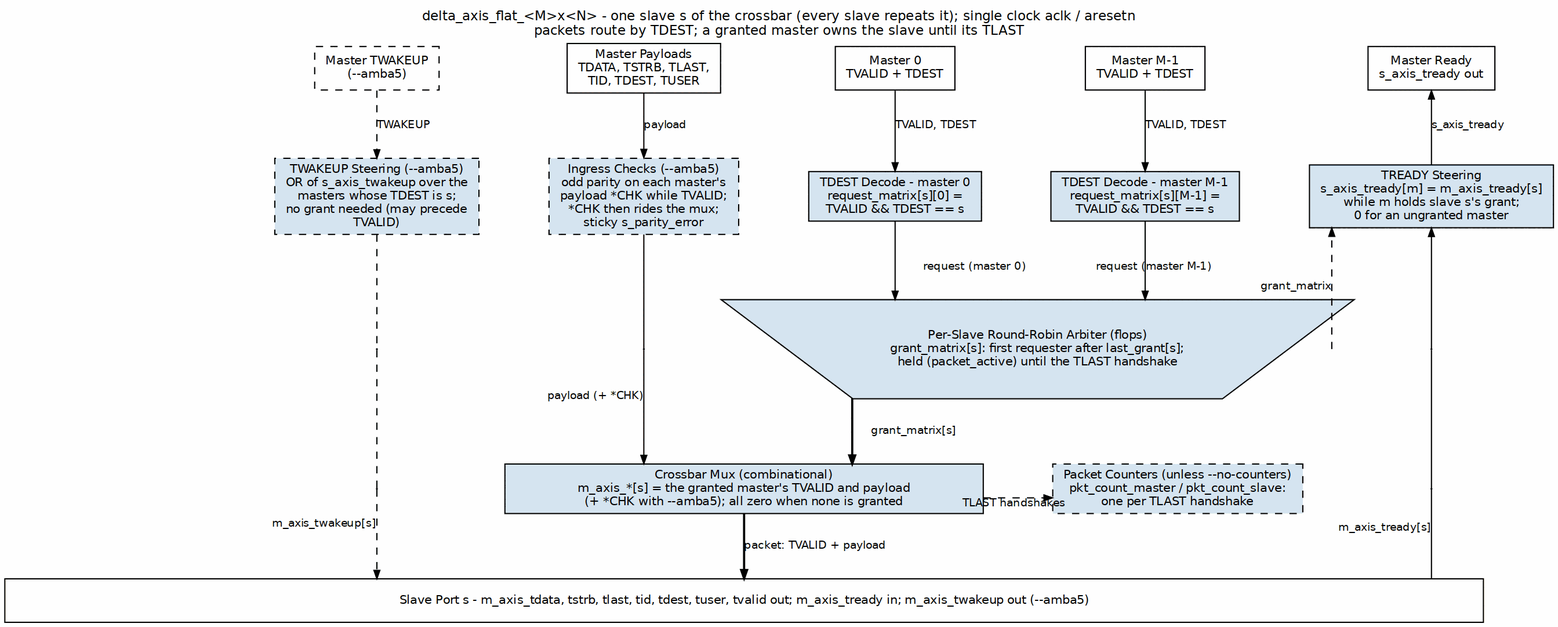
The Graphviz diagram projects/components/fabric-gen-ip/delta/docs/delta_has/assets/graphviz/delta_has_block_diagram.png in sean-galloway/RTLDesignSherpa, before a commit. Its source is kept beside it as projects/components/fabric-gen-ip/delta/docs/delta_has/assets/graphviz/delta_has_block_diagram.dot.
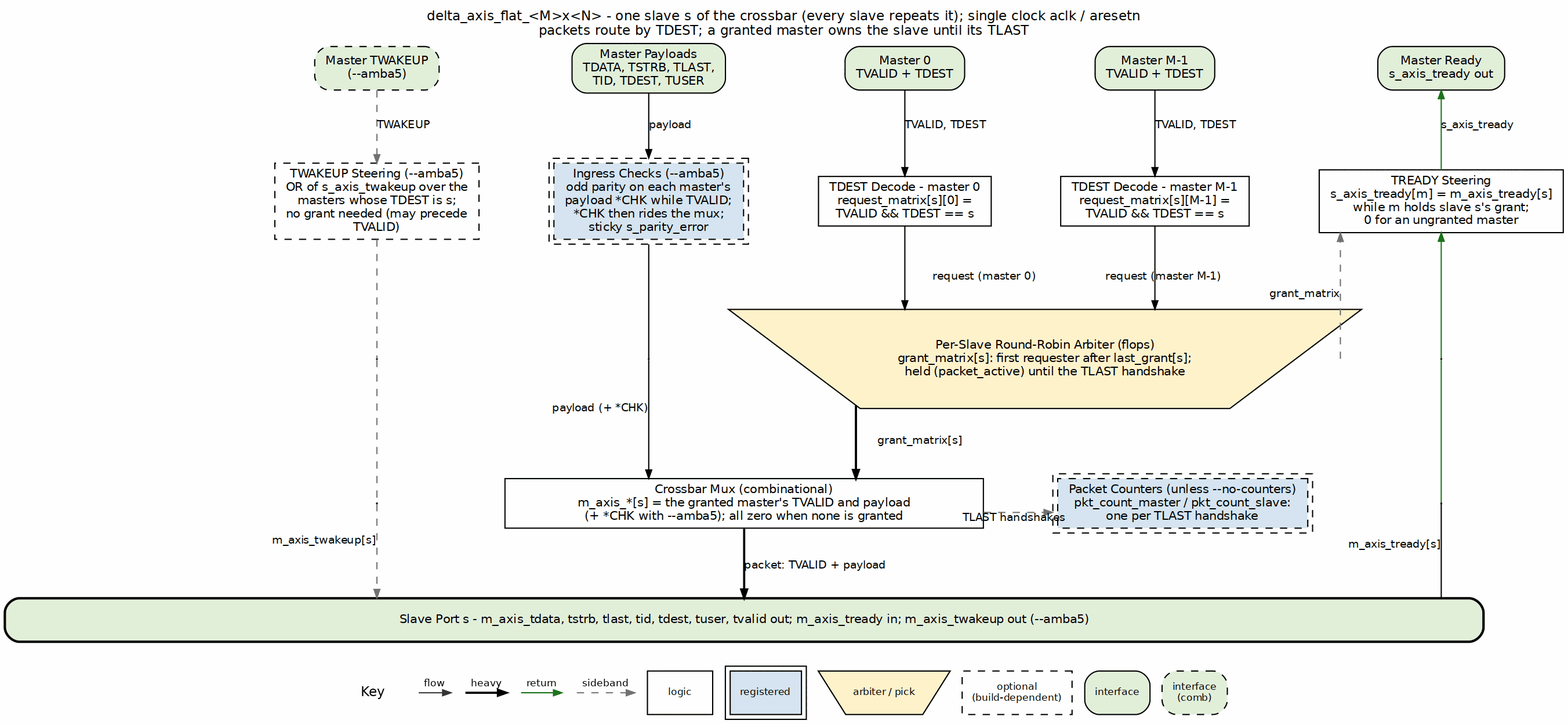
Above is the later version.

The edit, as a diff of the source:
```diff
@@ -3,48 +3,48 @@
            nodesep="0.40", ranksep="0.60", splines=ortho, labelloc=t,
            label="delta_axis_flat_<M>x<N> - one slave s of the crossbar (every slave repeats it); single clock aclk / aresetn\npackets route by TDEST; a granted master owns the slave until its TLAST"];
     node  [fontname="Helvetica", fontsize=10, shape=box, style=filled,
-           fillcolor="#D6E4F0", color="black", margin="0.12,0.06"];
+           fillcolor="white", color="black", margin="0.12,0.06"];
     edge  [fontname="Helvetica", fontsize=9, color="black", arrowsize=0.7];
 
-    pwk [label="Master TWAKEUP\n(--amba5)", fillcolor="white", style="filled,dashed", group=W];
-    pp  [group=P, label="Master Payloads\nTDATA, TSTRB, TLAST,\nTID, TDEST, TUSER", fillcolor="white"];
-    p0  [label="Master 0\nTVALID + TDEST", fillcolor="white"];
-    pn  [label="Master M-1\nTVALID + TDEST", fillcolor="white"];
-    pr  [group=R, label="Master Ready\ns_axis_tready out", fillcolor="white"];
+    pwk [label="Master TWAKEUP\n(--amba5)", fillcolor="white", style="filled,dashed", group=W, style="rounded,filled,dashed", fillcolor="#E2EFDA"];
+    pp  [group=P, label="Master Payloads\nTDATA, TSTRB, TLAST,\nTID, TDEST, TUSER", fillcolor="white", style="rounded,filled", fillcolor="#E2EFDA"];
+    p0  [label="Master 0\nTVALID + TDEST", fillcolor="white", style="rounded,filled", fillcolor="#E2EFDA"];
+    pn  [label="Master M-1\nTVALID + TDEST", fillcolor="white", style="rounded,filled", fillcolor="#E2EFDA"];
+    pr  [group=R, label="Master Ready\ns_axis_tready out", fillcolor="white", style="rounded,filled", fillcolor="#E2EFDA"];
     { rank=same; pwk; pp; p0; pn; pr; }
     pwk -> pp -> p0 -> pn -> pr [style=invis];
 
-    wk  [group=W, label="TWAKEUP Steering (--amba5)\nOR of s_axis_twakeup over the\nmasters whose TDEST is s;\nno grant needed (may precede\nTVALID)", style="filled,dashed"];
-    chk [group=P, label="Ingress Checks (--amba5)\nodd parity on each master's\npayload *CHK while TVALID;\n*CHK then rides the mux;\nsticky s_parity_error", style="filled,dashed"];
-    d0  [label="TDEST Decode - master 0\nrequest_matrix[s][0] =\nTVALID && TDEST == s"];
-    dn  [label="TDEST Decode - master M-1\nrequest_matrix[s][M-1] =\nTVALID && TDEST == s"];
-    rdy [group=R, label="TREADY Steering\ns_axis_tready[m] = m_axis_tready[s]\nwhile m holds slave s's grant;\n0 for an ungranted master"];
+    wk  [group=W, label="TWAKEUP Steering (--amba5)\nOR of s_axis_twakeup over the\nmasters whose TDEST is s;\nno grant needed (may precede\nTVALID)", style="filled,dashed", style="filled,dashed", fillcolor="white"];
+    chk [group=P, label="Ingress Checks (--amba5)\nodd parity on each master's\npayload *CHK while TVALID;\n*CHK then rides the mux;\nsticky s_parity_error", style="filled,dashed", peripheries=2, style="filled,dashed", fillcolor="#D6E4F0"];
+    d0  [label="TDEST Decode - master 0\nrequest_matrix[s][0] =\nTVALID && TDEST == s", style="filled", fillcolor="white"];
+    dn  [label="TDEST Decode - master M-1\nrequest_matrix[s][M-1] =\nTVALID && TDEST == s", style="filled", fillcolor="white"];
+    rdy [group=R, label="TREADY Steering\ns_axis_tready[m] = m_axis_tready[s]\nwhile m holds slave s's grant;\n0 for an ungranted master", style="filled", fillcolor="white"];
     { rank=same; wk; chk; d0; dn; rdy; }
     wk -> chk -> d0 -> dn -> rdy [style=invis];
 
     pwk2 [shape=point, width=0.01, label="", group=W];
     pp2  [shape=point, width=0.01, label="", group=P];
     arb [label="Per-Slave Round-Robin Arbiter (flops)\ngrant_matrix[s]: first requester after last_grant[s];\nheld (packet_active) until the TLAST handshake",
-         shape=invtrapezium, width=6.2, height=0.7];
+         shape=invtrapezium, width=6.2, height=0.7, style="filled", fillcolor="#FFF2CC"];
     pr2  [shape=point, width=0.01, label="", group=R];
     { rank=same; pwk2; pp2; arb; pr2; }
     pwk2 -> pp2 -> arb -> pr2 [style=invis];
 
     pwk3 [shape=point, width=0.01, label="", group=W];
-    mux [label="Crossbar Mux (combinational)\nm_axis_*[s] = the granted master's TVALID and payload\n(+ *CHK with --amba5); all zero when none is granted", width=5.5];
+    mux [label="Crossbar Mux (combinational)\nm_axis_*[s] = the granted master's TVALID and payload\n(+ *CHK with --amba5); all zero when none is granted", width=5.5, style="filled", fillcolor="white"];
     pr3  [shape=point, width=0.01, label="", group=R];
     { rank=same; pwk3; mux; cnt; pr3; }
     pwk3 -> mux -> cnt -> pr3 [style=invis];
 
-    cnt [label="Packet Counters (unless --no-counters)\npkt_count_master / pkt_count_slave:\none per TLAST handshake", style="filled,dashed"];
+    cnt [label="Packet Counters (unless --no-counters)\npkt_count_master / pkt_count_slave:\none per TLAST handshake", style="filled,dashed", peripheries=2, style="filled,dashed", fillcolor="#D6E4F0"];
 
     bar [label="Slave Port s - m_axis_tdata, tstrb, tlast, tid, tdest, tuser, tvalid out; m_axis_tready in; m_axis_twakeup out (--amba5)",
-         fillcolor="white", width=17];
+         fillcolor="white", width=17, style="rounded,filled,bold", fillcolor="#E2EFDA"];
 
-    pwk -> wk [label="TWAKEUP", style=dashed];
-    wk -> pwk2 [dir=none, style=dashed];
-    pwk2 -> pwk3 [dir=none, style=dashed];
-    pwk3 -> bar [xlabel="m_axis_twakeup[s]", style=dashed];
+    pwk -> wk [label="TWAKEUP", style=dashed, color="#777777"];
+    wk -> pwk2 [dir=none, style=dashed, color="#777777"];
+    pwk2 -> pwk3 [dir=none, style=dashed, color="#777777"];
+    pwk3 -> bar [xlabel="m_axis_twakeup[s]", style=dashed, color="#777777"];
 
     pp -> chk [label="payload"];
     chk -> pp2 [dir=none];
@@ -56,11 +56,11 @@
     dn -> arb [label="request (master M-1)"];
     arb -> mux [label="grant_matrix[s]", penwidth=1.8];
     mux -> bar [label="packet: TVALID + payload", penwidth=1.8];
-    mux -> cnt [style=dashed, xlabel="TLAST handshakes"];
+    mux -> cnt [style=dashed, color="#777777", xlabel="TLAST handshakes"];
 
-    pr -> rdy [dir=back, label="s_axis_tready"];
-    rdy -> pr2 [dir=back];
-    pr2 -> pr3 [dir=none];
+    pr -> rdy [color="#1A7A1A", dir=back, label="s_axis_tready"];
+    rdy -> pr2 [color="#1A7A1A", dir=back];
+    pr2 -> pr3 [color="#1A7A1A", dir=none];
     pr3 -> bar [dir=none, xlabel="m_axis_tready[s]"];
-    arb -> rdy [style=dashed, xlabel="grant_matrix"];
+    arb -> rdy [style=dashed, color="#777777", xlabel="grant_matrix"];
 }
```
